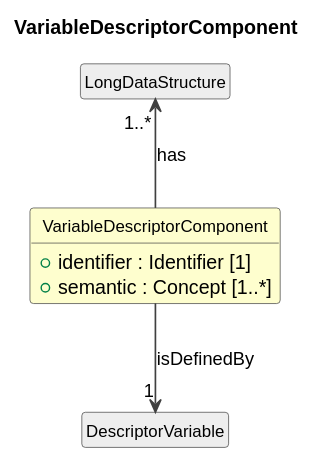
Before: cdif-uml-model/CDIFDataStructure/Classes/VariableDescriptorComponent.svg, a diagram exported from PlantUML (Cross-Domain-Interoperability-Framework/metadataBuildingBlocks).
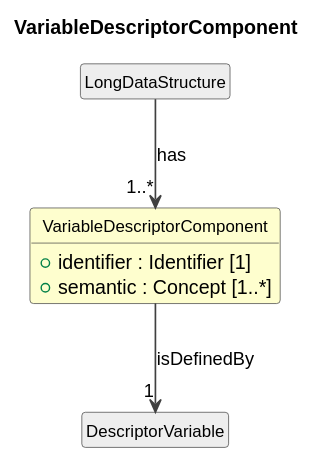
After the change.

What changed in the source:
```diff
@@ -15,7 +15,7 @@
   +semantic : Concept [1..*]
 }
 class "LongDataStructure" as LongDataStructure #EEEEEE
-LongDataStructure "1..*" <-- VariableDescriptorComponent : has
+LongDataStructure --> "1..*" VariableDescriptorComponent : has
 class "DescriptorVariable" as DescriptorVariable #EEEEEE
 VariableDescriptorComponent --> "1" DescriptorVariable : isDefinedBy
 @enduml
```
